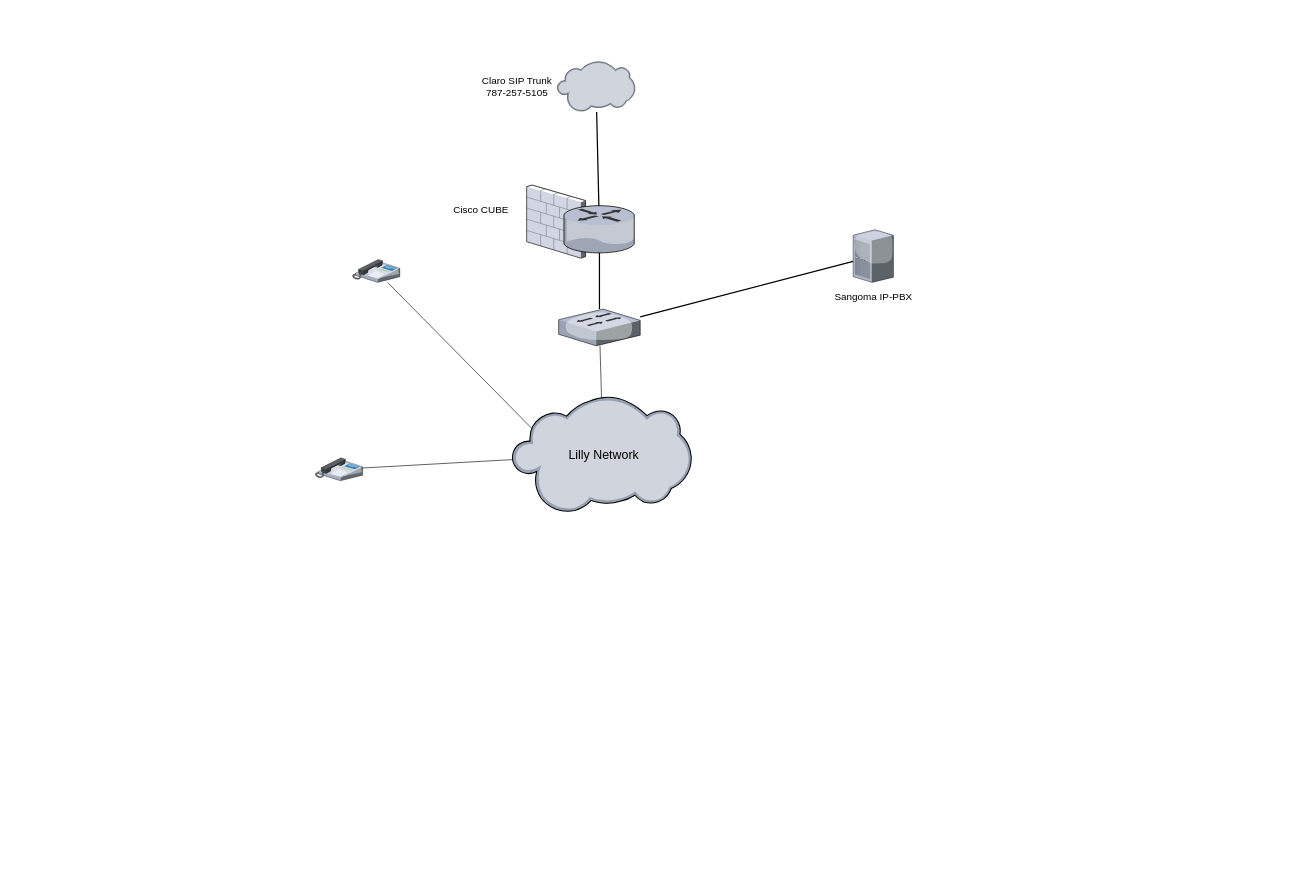
Above: pbx-lilly.drawio in jose-guisao/hello-world (draw.io), before the change. Source tidied: cells renumbered, new cells numbered last; positions are measured from the earlier drawing's top-left corner, leaving out a move shared by most shapes. Both pictures are drawn from the tidied source at 62%, with x=0, y=0 at pixel (315, 61).
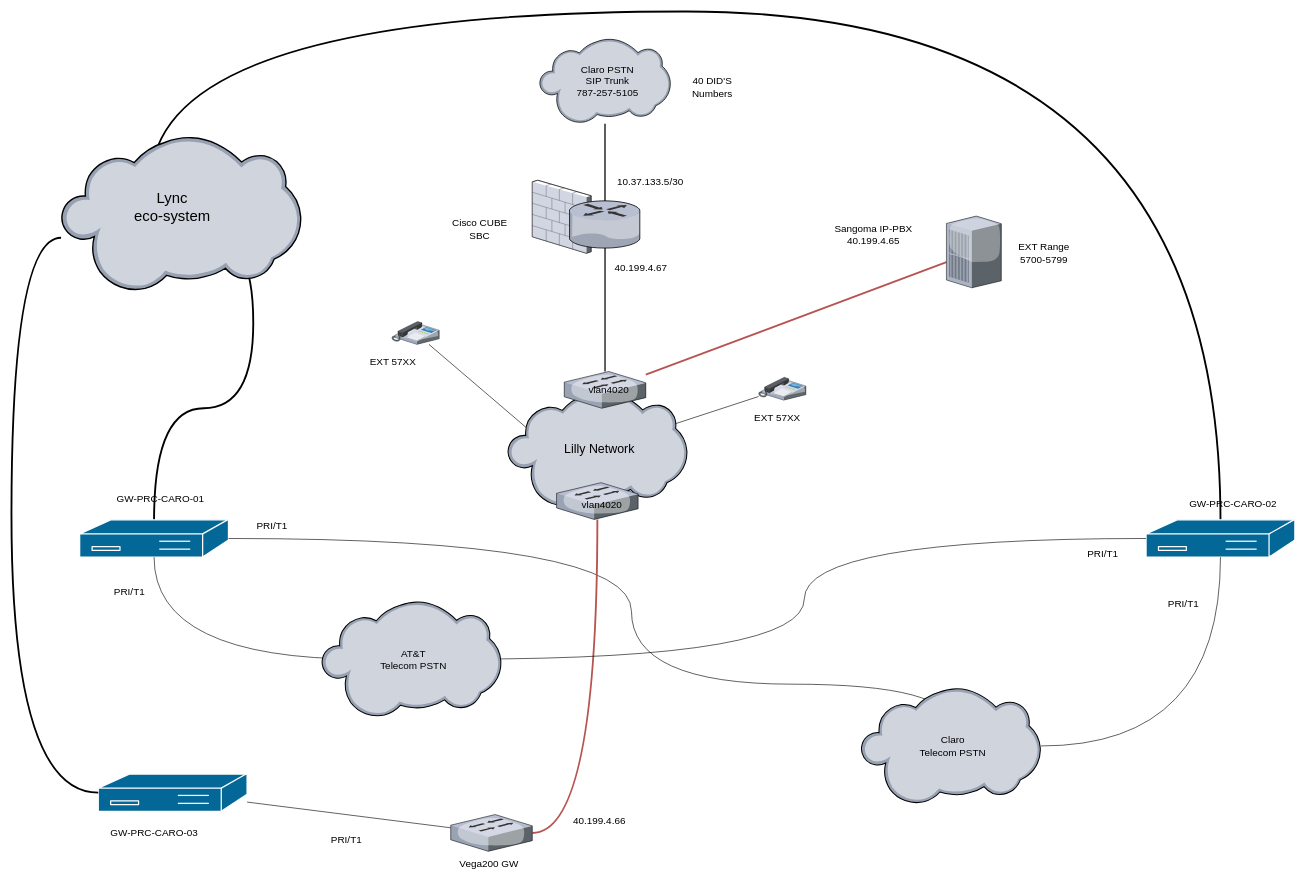
After the change.

The change refers to these unchanged cells:
```xml
<mxCell id="13" style="verticalLabelPosition=bottom;html=1;verticalAlign=top;strokeColor=none;align=center;outlineConnect=0;shape=mxgraph.citrix.router;fontSize=16;" parent="11" vertex="1">
  <mxGeometry x="60" y="33.3" width="114.7" height="76.1" as="geometry" />
</mxCell>
<mxCell id="20" value="&lt;font style=&quot;font-size: 20px&quot;&gt;Lilly Network&lt;/font&gt;" style="text;html=1;align=center;verticalAlign=middle;points=[];fontSize=16;" parent="18" vertex="1">
  <mxGeometry x="82.5" y="79.6" width="130" height="30" as="geometry" />
</mxCell>
```

The edit, as a diff of the source:
```diff
@@
-    <mxCell id="2" style="edgeStyle=none;rounded=0;jettySize=auto;html=1;entryX=0.506;entryY=1.479;entryDx=0;entryDy=0;entryPerimeter=0;fontSize=16;" parent="1" edge="1" source="15" target="20">
-      <mxGeometry relative="1" as="geometry" />
-    </mxCell>
+    <mxCell id="22" style="edgeStyle=orthogonalEdgeStyle;curved=1;rounded=0;jettySize=auto;html=1;endArrow=none;endFill=0;strokeWidth=3;fontSize=16;" parent="1" edge="1" source="26" target="29">
+      <mxGeometry relative="1" as="geometry">
+        <Array as="points">
+          <mxPoint x="-265" y="-80" />
+          <mxPoint x="1460" y="-80" />
+        </Array>
+      </mxGeometry>
+    </mxCell>
+    <mxCell id="23" style="edgeStyle=orthogonalEdgeStyle;curved=1;rounded=0;jettySize=auto;html=1;endArrow=none;endFill=0;strokeWidth=3;fontSize=16;" parent="1" edge="1" source="26" target="27">
+      <mxGeometry relative="1" as="geometry">
+        <Array as="points">
+          <mxPoint x="-100" y="285" />
+          <mxPoint x="-100" y="560" />
+          <mxPoint x="-260" y="560" />
+        </Array>
+      </mxGeometry>
+    </mxCell>
+    <mxCell id="24" style="group;fontSize=19;" parent="1" vertex="1">
+      <mxGeometry x="-410" y="120" width="400" height="278.6" as="geometry" />
+    </mxCell>
+    <mxCell id="25" style="verticalLabelPosition=bottom;html=1;verticalAlign=top;strokeColor=none;align=center;outlineConnect=0;shape=mxgraph.citrix.cloud;" parent="24" vertex="1">
+      <mxGeometry width="387.3" height="252.8" as="geometry" />
+    </mxCell>
+    <mxCell id="26" value="&lt;div style=&quot;font-size: 24px;&quot;&gt;Lync&lt;/div&gt;&lt;div style=&quot;font-size: 24px;&quot;&gt; eco-system&lt;/div&gt;" style="text;html=1;align=center;verticalAlign=middle;points=[];fontSize=24;" parent="24" vertex="1">
+      <mxGeometry x="88.6" y="76.3" width="180" height="80" as="geometry" />
+    </mxCell>
-    <mxCell id="3" style="edgeStyle=none;rounded=0;html=1;startSize=10;endSize=10;jettySize=auto;fontSize=14;endArrow=none;endFill=0;strokeWidth=2;" parent="1" edge="1" source="15" target="7">
+    <mxCell id="3" style="edgeStyle=none;rounded=0;html=1;startSize=10;endSize=10;jettySize=auto;fontSize=14;endArrow=none;endFill=0;strokeWidth=3;fillColor=#f8cecc;strokeColor=#b85450;" parent="1" edge="1" source="15" target="7">
       <mxGeometry relative="1" as="geometry" />
     </mxCell>
     <mxCell id="4" style="verticalLabelPosition=bottom;html=1;verticalAlign=top;strokeColor=none;align=center;outlineConnect=0;shape=mxgraph.citrix.cloud;" parent="1" vertex="1">
-      <mxGeometry x="390" width="125.7" height="82" as="geometry" />
+      <mxGeometry x="361.5" y="-37" width="211.6" height="138.1" as="geometry" />
     </mxCell>
@@
     <mxCell id="6" style="verticalLabelPosition=bottom;html=1;verticalAlign=top;strokeColor=none;align=center;outlineConnect=0;shape=mxgraph.citrix.ip_phone;" parent="1" vertex="1">
-      <mxGeometry x="60" y="320" width="76.5" height="37" as="geometry" />
+      <mxGeometry x="123.5" y="420" width="76.5" height="37" as="geometry" />
     </mxCell>
     <mxCell id="7" style="verticalLabelPosition=bottom;html=1;verticalAlign=top;strokeColor=none;align=center;outlineConnect=0;shape=mxgraph.citrix.pbx_server;" parent="1" vertex="1">
-      <mxGeometry x="867.5" y="272" width="65" height="85" as="geometry" />
+      <mxGeometry x="1018" y="250" width="88.5" height="115.7" as="geometry" />
     </mxCell>
-    <mxCell id="8" value="Claro SIP Trunk&lt;br&gt;787-257-5105" style="text;html=1;align=center;verticalAlign=middle;fillColor=none;strokeColor=none;rounded=0;fontSize=16;" parent="1" vertex="1">
-      <mxGeometry x="260" y="21" width="130" height="40" as="geometry" />
+    <mxCell id="8" value="&lt;div&gt;Claro PSTN&lt;/div&gt;&lt;div&gt;SIP Trunk&lt;/div&gt;787-257-5105" style="text;html=1;align=center;verticalAlign=middle;fillColor=none;strokeColor=none;rounded=0;fontSize=16;" parent="1" vertex="1">
+      <mxGeometry x="396.2" y="-7.9" width="150" height="80" as="geometry" />
     </mxCell>
-    <mxCell id="9" value="Sangoma IP-PBX" style="text;html=1;align=center;verticalAlign=middle;fillColor=none;strokeColor=none;rounded=0;fontSize=16;rotation=0;" parent="1" vertex="1">
-      <mxGeometry x="830" y="370" width="140" height="20" as="geometry" />
+    <mxCell id="9" value="&lt;div&gt;Sangoma IP-PBX&lt;/div&gt;&lt;div&gt;40.199.4.65&lt;br&gt;&lt;/div&gt;" style="text;html=1;align=center;verticalAlign=middle;fillColor=none;strokeColor=none;rounded=0;fontSize=16;rotation=0;" parent="1" vertex="1">
+      <mxGeometry x="810" y="250" width="180" height="60" as="geometry" />
     </mxCell>
-    <mxCell id="10" value="Cisco CUBE" style="text;html=1;align=center;verticalAlign=middle;fillColor=none;strokeColor=none;rounded=0;fontSize=16;rotation=0;" parent="1" vertex="1">
-      <mxGeometry x="217" y="230" width="100" height="20" as="geometry" />
+    <mxCell id="10" value="&lt;div&gt;Cisco CUBE&lt;/div&gt;&lt;div&gt;SBC&lt;br&gt;&lt;/div&gt;" style="text;html=1;align=center;verticalAlign=middle;fillColor=none;strokeColor=none;rounded=0;fontSize=16;rotation=0;" parent="1" vertex="1">
+      <mxGeometry x="200" y="241.3" width="130" height="60" as="geometry" />
     </mxCell>
     <mxCell id="11" style="group;" parent="1" vertex="1">
-      <mxGeometry x="341" y="200" width="174.7" height="117.8" as="geometry" />
+      <mxGeometry x="350" y="192.2" width="174.7" height="117.8" as="geometry" />
     </mxCell>
@@
-    <mxCell id="15" style="verticalLabelPosition=bottom;html=1;verticalAlign=top;strokeColor=none;align=center;outlineConnect=0;shape=mxgraph.citrix.switch;" parent="1" vertex="1">
-      <mxGeometry x="392.6" y="400" width="131.5" height="59.3" as="geometry" />
-    </mxCell>
@@
     <mxCell id="17" style="verticalLabelPosition=bottom;html=1;verticalAlign=top;strokeColor=none;align=center;outlineConnect=0;shape=mxgraph.citrix.ip_phone;" parent="1" vertex="1">
-      <mxGeometry y="640" width="76.5" height="37" as="geometry" />
+      <mxGeometry x="715" y="510" width="76.5" height="37" as="geometry" />
     </mxCell>
+    <mxCell id="21" style="edgeStyle=none;rounded=0;jettySize=auto;html=1;endArrow=none;endFill=0;strokeWidth=2;fontSize=16;" parent="1" edge="1" source="13" target="4">
+      <mxGeometry relative="1" as="geometry" />
+    </mxCell>
+    <mxCell id="27" style="shape=mxgraph.cisco.controllers_and_modules.3174_(desktop)_cluster_controller;html=1;dashed=0;fillColor=#036897;strokeColor=#ffffff;strokeWidth=2;verticalLabelPosition=bottom;verticalAlign=top;align=center;outlineConnect=0;" parent="1" vertex="1">
+      <mxGeometry x="-380" y="740" width="240" height="60" as="geometry" />
+    </mxCell>
+    <mxCell id="28" style="shape=mxgraph.cisco.controllers_and_modules.3174_(desktop)_cluster_controller;html=1;dashed=0;fillColor=#036897;strokeColor=#ffffff;strokeWidth=2;verticalLabelPosition=bottom;verticalAlign=top;align=center;outlineConnect=0;" parent="1" vertex="1">
+      <mxGeometry x="-350" y="1150" width="240" height="60" as="geometry" />
+    </mxCell>
+    <mxCell id="29" style="shape=mxgraph.cisco.controllers_and_modules.3174_(desktop)_cluster_controller;html=1;dashed=0;fillColor=#036897;strokeColor=#ffffff;strokeWidth=2;verticalLabelPosition=bottom;verticalAlign=top;align=center;outlineConnect=0;" parent="1" vertex="1">
+      <mxGeometry x="1340" y="740" width="240" height="60" as="geometry" />
+    </mxCell>
+    <mxCell id="30" value="&lt;div&gt;40 DID'S&lt;/div&gt;&lt;div&gt;Numbers&lt;br&gt;&lt;/div&gt;" style="text;html=1;align=center;verticalAlign=middle;fillColor=none;strokeColor=none;rounded=0;fontSize=16;" parent="1" vertex="1">
+      <mxGeometry x="590" y="12.1" width="100" height="60" as="geometry" />
+    </mxCell>
+    <mxCell id="31" value="10.37.133.5/30" style="text;html=1;align=center;verticalAlign=middle;fillColor=none;strokeColor=none;rounded=0;fontSize=16;" parent="1" vertex="1">
+      <mxGeometry x="460" y="180" width="160" height="30" as="geometry" />
+    </mxCell>
+    <mxCell id="32" style="edgeStyle=orthogonalEdgeStyle;curved=1;rounded=0;jettySize=auto;html=1;fontSize=16;endArrow=none;endFill=0;" parent="1" edge="1" source="49" target="27">
+      <mxGeometry relative="1" as="geometry" />
+    </mxCell>
+    <mxCell id="33" style="edgeStyle=orthogonalEdgeStyle;curved=1;rounded=0;jettySize=auto;html=1;entryX=1;entryY=0.5;entryDx=0;entryDy=0;entryPerimeter=0;endArrow=none;endFill=0;fontSize=16;" parent="1" edge="1" source="46" target="27">
+      <mxGeometry relative="1" as="geometry">
+        <Array as="points">
+          <mxPoint x="510" y="1005" />
+          <mxPoint x="510" y="770" />
+        </Array>
+      </mxGeometry>
+    </mxCell>
+    <mxCell id="34" value="EXT 57XX" style="text;html=1;align=center;verticalAlign=middle;fillColor=none;strokeColor=none;rounded=0;fontSize=16;" parent="1" vertex="1">
+      <mxGeometry x="70" y="470" width="110" height="30" as="geometry" />
+    </mxCell>
+    <mxCell id="35" value="&lt;div&gt;EXT Range&lt;/div&gt;&lt;div&gt;5700-5799&lt;br&gt;&lt;/div&gt;" style="text;html=1;align=center;verticalAlign=middle;fillColor=none;strokeColor=none;rounded=0;fontSize=16;" parent="1" vertex="1">
+      <mxGeometry x="1110" y="280" width="130" height="60" as="geometry" />
+    </mxCell>
+    <mxCell id="36" style="edgeStyle=none;rounded=0;jettySize=auto;html=1;endArrow=none;endFill=0;fontSize=16;" parent="1" edge="1" source="38" target="28">
+      <mxGeometry relative="1" as="geometry" />
+    </mxCell>
+    <mxCell id="37" style="edgeStyle=orthogonalEdgeStyle;curved=1;rounded=0;jettySize=auto;html=1;endArrow=none;endFill=0;fontSize=16;strokeWidth=3;fillColor=#f8cecc;strokeColor=#b85450;" parent="1" edge="1" source="38" target="59">
+      <mxGeometry relative="1" as="geometry" />
+    </mxCell>
+    <mxCell id="38" style="verticalLabelPosition=bottom;html=1;verticalAlign=top;strokeColor=none;align=center;outlineConnect=0;shape=mxgraph.citrix.switch;" parent="1" vertex="1">
+      <mxGeometry x="218.5" y="1215.3" width="131.5" height="59.3" as="geometry" />
+    </mxCell>
+    <mxCell id="39" value="&lt;div&gt;Vega200 GW&lt;br&gt;&lt;/div&gt;" style="text;html=1;align=center;verticalAlign=middle;fillColor=none;strokeColor=none;rounded=0;fontSize=16;" parent="1" vertex="1">
+      <mxGeometry x="210" y="1280" width="140" height="30" as="geometry" />
+    </mxCell>
+    <mxCell id="40" value="40.199.4.66" style="text;html=1;align=center;verticalAlign=middle;fillColor=none;strokeColor=none;rounded=0;fontSize=16;" parent="1" vertex="1">
+      <mxGeometry x="392.5" y="1210" width="130" height="30" as="geometry" />
+    </mxCell>
+    <mxCell id="41" value="PRI/T1" style="text;html=1;align=center;verticalAlign=middle;fillColor=none;strokeColor=none;rounded=0;fontSize=16;" parent="1" vertex="1">
+      <mxGeometry x="10" y="1240" width="80" height="30" as="geometry" />
+    </mxCell>
+    <mxCell id="42" style="edgeStyle=orthogonalEdgeStyle;curved=1;rounded=0;jettySize=auto;html=1;endArrow=none;endFill=0;fontSize=16;" parent="1" edge="1" source="45" target="29">
+      <mxGeometry relative="1" as="geometry" />
+    </mxCell>
+    <mxCell id="43" style="edgeStyle=orthogonalEdgeStyle;curved=1;rounded=0;jettySize=auto;html=1;entryX=0;entryY=0.5;entryDx=0;entryDy=0;entryPerimeter=0;endArrow=none;endFill=0;fontSize=16;" parent="1" edge="1" source="49" target="29">
+      <mxGeometry relative="1" as="geometry" />
+    </mxCell>
+    <mxCell id="44" style="group;fontSize=15;" parent="1" vertex="1">
+      <mxGeometry x="880" y="1010" width="295" height="189.3" as="geometry" />
+    </mxCell>
+    <mxCell id="45" style="verticalLabelPosition=bottom;html=1;verticalAlign=top;strokeColor=none;align=center;outlineConnect=0;shape=mxgraph.citrix.cloud;" parent="44" vertex="1">
+      <mxGeometry width="290" height="189.3" as="geometry" />
+    </mxCell>
+    <mxCell id="46" value="&lt;div&gt;Claro&lt;/div&gt;&lt;div&gt;Telecom PSTN&lt;br&gt;&lt;/div&gt;" style="text;html=1;align=center;verticalAlign=middle;points=[];fontSize=16;" parent="44" vertex="1">
+      <mxGeometry x="67.5" y="64.6" width="160" height="60" as="geometry" />
+    </mxCell>
+    <mxCell id="47" style="group;fontSize=15;" parent="1" vertex="1">
+      <mxGeometry x="10" y="870" width="295" height="189.3" as="geometry" />
+    </mxCell>
+    <mxCell id="48" style="verticalLabelPosition=bottom;html=1;verticalAlign=top;strokeColor=none;align=center;shape=mxgraph.citrix.cloud;" parent="47" vertex="1">
+      <mxGeometry width="290" height="189.3" as="geometry" />
+    </mxCell>
+    <mxCell id="49" value="&lt;div&gt;AT&amp;amp;T&lt;br&gt;&lt;/div&gt;&lt;div&gt;Telecom PSTN&lt;br&gt;&lt;/div&gt;" style="text;html=1;align=center;verticalAlign=middle;points=[];fontSize=16;" parent="47" vertex="1">
+      <mxGeometry x="67.5" y="64.6" width="160" height="60" as="geometry" />
+    </mxCell>
+    <mxCell id="50" value="GW-PRC-CARO-03" style="text;html=1;align=center;verticalAlign=middle;fillColor=none;strokeColor=none;rounded=0;fontSize=16;" parent="1" vertex="1">
+      <mxGeometry x="-360" y="1230" width="200" height="30" as="geometry" />
+    </mxCell>
+    <mxCell id="51" value="GW-PRC-CARO-01" style="text;html=1;align=center;verticalAlign=middle;fillColor=none;strokeColor=none;rounded=0;fontSize=16;" parent="1" vertex="1">
+      <mxGeometry x="-350" y="690" width="200" height="30" as="geometry" />
+    </mxCell>
+    <mxCell id="52" value="GW-PRC-CARO-02" style="text;html=1;align=center;verticalAlign=middle;fillColor=none;strokeColor=none;rounded=0;fontSize=16;" parent="1" vertex="1">
+      <mxGeometry x="1380" y="699.3" width="200" height="30" as="geometry" />
+    </mxCell>
+    <mxCell id="53" value="40.199.4.67" style="text;html=1;align=center;verticalAlign=middle;fillColor=none;strokeColor=none;rounded=0;fontSize=16;" parent="1" vertex="1">
+      <mxGeometry x="460" y="317.8" width="130" height="30" as="geometry" />
+    </mxCell>
+    <mxCell id="54" value="PRI/T1" style="text;html=1;align=center;verticalAlign=middle;fillColor=none;strokeColor=none;rounded=0;fontSize=16;" parent="1" vertex="1">
+      <mxGeometry x="-340" y="840" width="80" height="30" as="geometry" />
+    </mxCell>
+    <mxCell id="55" value="PRI/T1" style="text;html=1;align=center;verticalAlign=middle;fillColor=none;strokeColor=none;rounded=0;fontSize=16;" parent="1" vertex="1">
+      <mxGeometry x="1230" y="780" width="80" height="30" as="geometry" />
+    </mxCell>
+    <mxCell id="56" value="PRI/T1" style="text;html=1;align=center;verticalAlign=middle;fillColor=none;strokeColor=none;rounded=0;fontSize=16;" parent="1" vertex="1">
+      <mxGeometry x="1360" y="860" width="80" height="30" as="geometry" />
+    </mxCell>
+    <mxCell id="57" value="PRI/T1" style="text;html=1;align=center;verticalAlign=middle;fillColor=none;strokeColor=none;rounded=0;fontSize=16;" parent="1" vertex="1">
+      <mxGeometry x="-110" y="735" width="80" height="30" as="geometry" />
+    </mxCell>
     <mxCell id="18" style="group;fontSize=15;" parent="1" vertex="1">
-      <mxGeometry x="317" y="540" width="295" height="189.3" as="geometry" />
+      <mxGeometry x="310" y="530.7" width="295" height="208.6" as="geometry" />
     </mxCell>
@@
-    <mxCell id="21" style="edgeStyle=none;rounded=0;jettySize=auto;html=1;endArrow=none;endFill=0;strokeWidth=2;fontSize=16;" parent="1" edge="1" source="13" target="4">
-      <mxGeometry relative="1" as="geometry" />
-    </mxCell>
+    <mxCell id="15" style="verticalLabelPosition=bottom;html=1;verticalAlign=top;strokeColor=none;align=center;outlineConnect=0;shape=mxgraph.citrix.switch;" parent="18" vertex="1">
+      <mxGeometry x="91.6" y="-30" width="131.5" height="59.3" as="geometry" />
+    </mxCell>
+    <mxCell id="58" value="vlan4020" style="text;html=1;align=center;verticalAlign=middle;fillColor=none;strokeColor=none;rounded=0;fontSize=16;" parent="18" vertex="1">
+      <mxGeometry x="112.5" y="-15.3" width="100" height="30" as="geometry" />
+    </mxCell>
+    <mxCell id="59" style="verticalLabelPosition=bottom;html=1;verticalAlign=top;strokeColor=none;align=center;outlineConnect=0;shape=mxgraph.citrix.switch;" parent="18" vertex="1">
+      <mxGeometry x="79.2" y="149.3" width="131.5" height="59.3" as="geometry" />
+    </mxCell>
+    <mxCell id="60" value="vlan4020" style="text;html=1;align=center;verticalAlign=middle;fillColor=none;strokeColor=none;rounded=0;fontSize=16;" parent="18" vertex="1">
+      <mxGeometry x="102.4" y="169.3" width="100" height="30" as="geometry" />
+    </mxCell>
+    <mxCell id="61" value="EXT 57XX" style="text;html=1;align=center;verticalAlign=middle;fillColor=none;strokeColor=none;rounded=0;fontSize=16;" parent="1" vertex="1">
+      <mxGeometry x="690" y="560" width="110" height="30" as="geometry" />
+    </mxCell>
+    <mxCell id="62" style="edgeStyle=orthogonalEdgeStyle;curved=1;rounded=0;jettySize=auto;html=1;endArrow=none;endFill=0;strokeWidth=3;fontSize=16;" parent="1" edge="1" source="25" target="28">
+      <mxGeometry relative="1" as="geometry">
+        <Array as="points">
+          <mxPoint x="-490" y="285" />
+          <mxPoint x="-490" y="1180" />
+        </Array>
+      </mxGeometry>
+    </mxCell>
```
